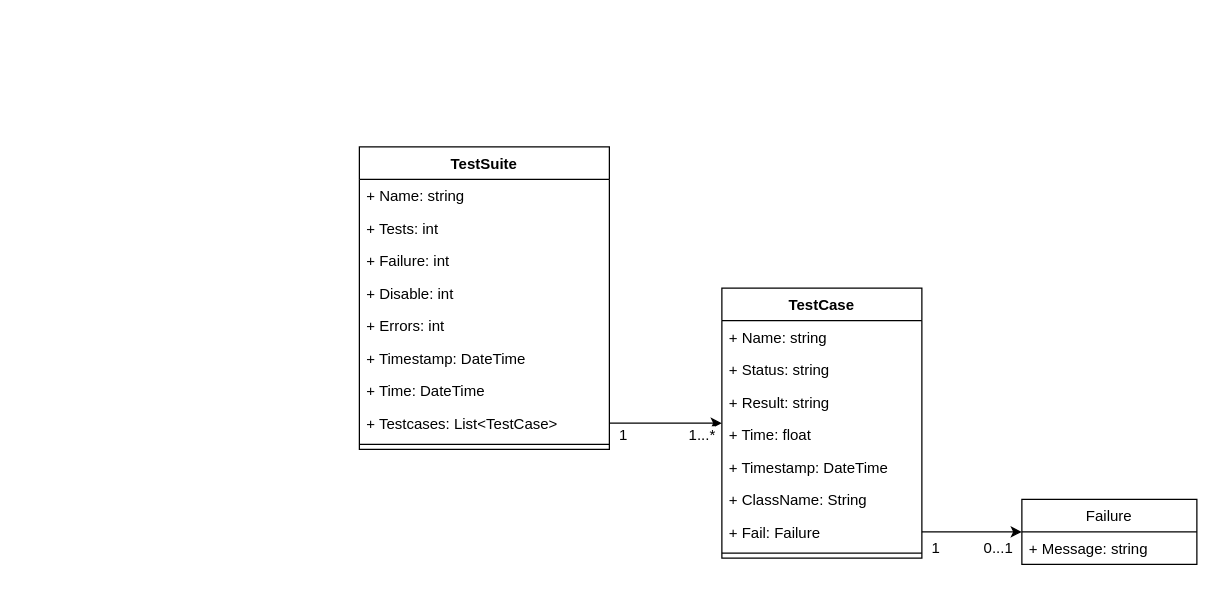
Earlier version of the draw.io diagram page "class" (2 of 2) of google_test/gtest2html/doc/design/gtest2html_software.drawio (CountrySideEngineer/TestSupportTools). Source tidied: cells renumbered, new cells numbered last; positions are measured from the earlier drawing's top-left corner, leaving out a move shared by most shapes. Both pictures are drawn from the tidied source at 125%, with x=0, y=0 at pixel (359, 146).
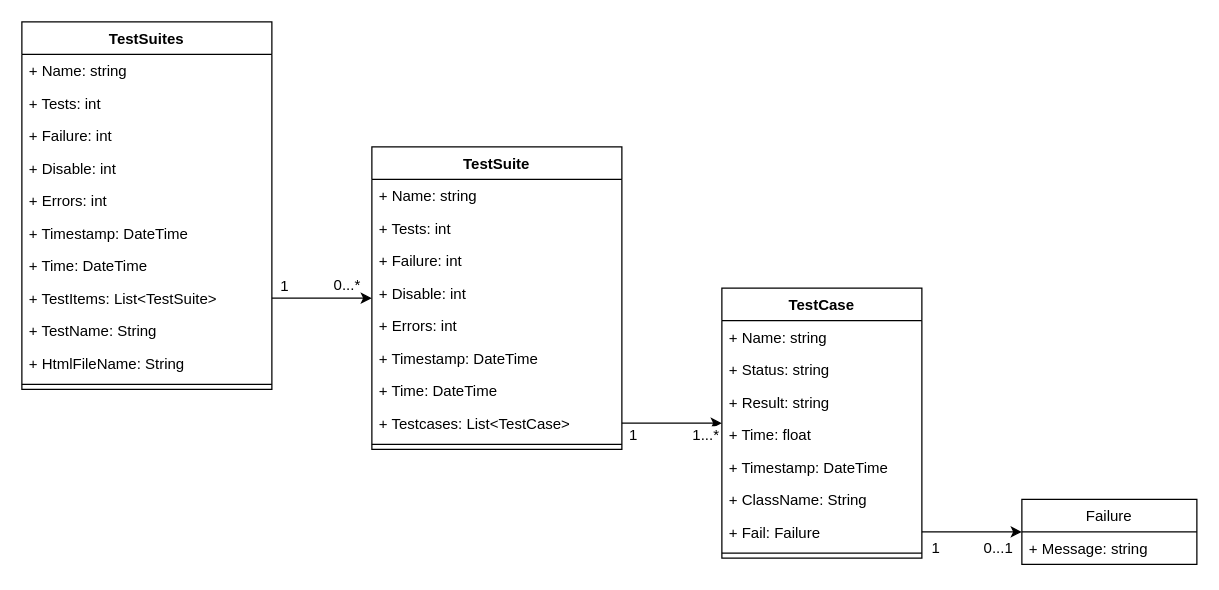
Above is the later version.

Diff of the diagram source:
```diff
@@
     <mxCell id="16" value="TestSuite" style="swimlane;fontStyle=1;align=center;verticalAlign=top;horizontal=1;startSize=26;" parent="1" vertex="1">
-      <mxGeometry width="200" height="242" as="geometry" />
+      <mxGeometry x="10" width="200" height="242" as="geometry" />
     </mxCell>
@@
+    <mxCell id="29" value="TestSuites" style="swimlane;fontStyle=1;align=center;verticalAlign=top;horizontal=1;startSize=26;" parent="1" vertex="1">
+      <mxGeometry x="-270" y="-100" width="200" height="294" as="geometry" />
+    </mxCell>
+    <mxCell id="30" value="+ Name: string" style="text;strokeColor=none;fillColor=none;align=left;verticalAlign=top;spacingLeft=4;spacingRight=4;overflow=hidden;" parent="29" vertex="1">
+      <mxGeometry y="26" width="200" height="26" as="geometry" />
+    </mxCell>
+    <mxCell id="31" value="+ Tests: int" style="text;strokeColor=none;fillColor=none;align=left;verticalAlign=top;spacingLeft=4;spacingRight=4;overflow=hidden;" parent="29" vertex="1">
+      <mxGeometry y="52" width="200" height="26" as="geometry" />
+    </mxCell>
+    <mxCell id="32" value="+ Failure: int" style="text;strokeColor=none;fillColor=none;align=left;verticalAlign=top;spacingLeft=4;spacingRight=4;overflow=hidden;" parent="29" vertex="1">
+      <mxGeometry y="78" width="200" height="26" as="geometry" />
+    </mxCell>
+    <mxCell id="33" value="+ Disable: int" style="text;strokeColor=none;fillColor=none;align=left;verticalAlign=top;spacingLeft=4;spacingRight=4;overflow=hidden;" parent="29" vertex="1">
+      <mxGeometry y="104" width="200" height="26" as="geometry" />
+    </mxCell>
+    <mxCell id="34" value="+ Errors: int" style="text;strokeColor=none;fillColor=none;align=left;verticalAlign=top;spacingLeft=4;spacingRight=4;overflow=hidden;" parent="29" vertex="1">
+      <mxGeometry y="130" width="200" height="26" as="geometry" />
+    </mxCell>
+    <mxCell id="35" value="+ Timestamp: DateTime" style="text;strokeColor=none;fillColor=none;align=left;verticalAlign=top;spacingLeft=4;spacingRight=4;overflow=hidden;" parent="29" vertex="1">
+      <mxGeometry y="156" width="200" height="26" as="geometry" />
+    </mxCell>
+    <mxCell id="36" value="+ Time: DateTime" style="text;strokeColor=none;fillColor=none;align=left;verticalAlign=top;spacingLeft=4;spacingRight=4;overflow=hidden;" parent="29" vertex="1">
+      <mxGeometry y="182" width="200" height="26" as="geometry" />
+    </mxCell>
+    <mxCell id="37" value="+ TestItems: List&lt;TestSuite&gt;" style="text;strokeColor=none;fillColor=none;align=left;verticalAlign=top;spacingLeft=4;spacingRight=4;overflow=hidden;points=[[0,0.5],[1,0.5]];portConstraint=eastwest;" parent="29" vertex="1">
+      <mxGeometry y="208" width="200" height="26" as="geometry" />
+    </mxCell>
+    <mxCell id="38" value="+ TestName: String" style="text;strokeColor=none;fillColor=none;align=left;verticalAlign=top;spacingLeft=4;spacingRight=4;overflow=hidden;" parent="29" vertex="1">
+      <mxGeometry y="234" width="200" height="26" as="geometry" />
+    </mxCell>
+    <mxCell id="39" value="+ HtmlFileName: String" style="text;strokeColor=none;fillColor=none;align=left;verticalAlign=top;spacingLeft=4;spacingRight=4;overflow=hidden;" parent="29" vertex="1">
+      <mxGeometry y="260" width="200" height="26" as="geometry" />
+    </mxCell>
+    <mxCell id="40" style="line;strokeWidth=1;fillColor=none;align=left;verticalAlign=middle;spacingTop=-1;spacingLeft=3;spacingRight=3;labelPosition=right;" parent="29" vertex="1">
+      <mxGeometry y="286" width="200" height="8" as="geometry" />
+    </mxCell>
+    <mxCell id="41" style="edgeStyle=orthogonalEdgeStyle;rounded=0;jettySize=auto;html=1;" parent="1" edge="1" source="37" target="16">
+      <mxGeometry relative="1" as="geometry" />
+    </mxCell>
+    <mxCell id="42" value="1" style="text;html=1;align=center;verticalAlign=middle;labelBackgroundColor=#ffffff;" parent="41" vertex="1">
+      <mxGeometry x="-0.33" y="-1" relative="1" as="geometry">
+        <mxPoint x="-17.7" y="-11" as="offset" />
+      </mxGeometry>
+    </mxCell>
+    <mxCell id="43" value="0...*" style="text;html=1;align=center;verticalAlign=middle;labelBackgroundColor=#ffffff;" parent="41" vertex="1">
+      <mxGeometry x="0.41" y="-2" relative="1" as="geometry">
+        <mxPoint x="3.7" y="-13" as="offset" />
+      </mxGeometry>
+    </mxCell>
```
